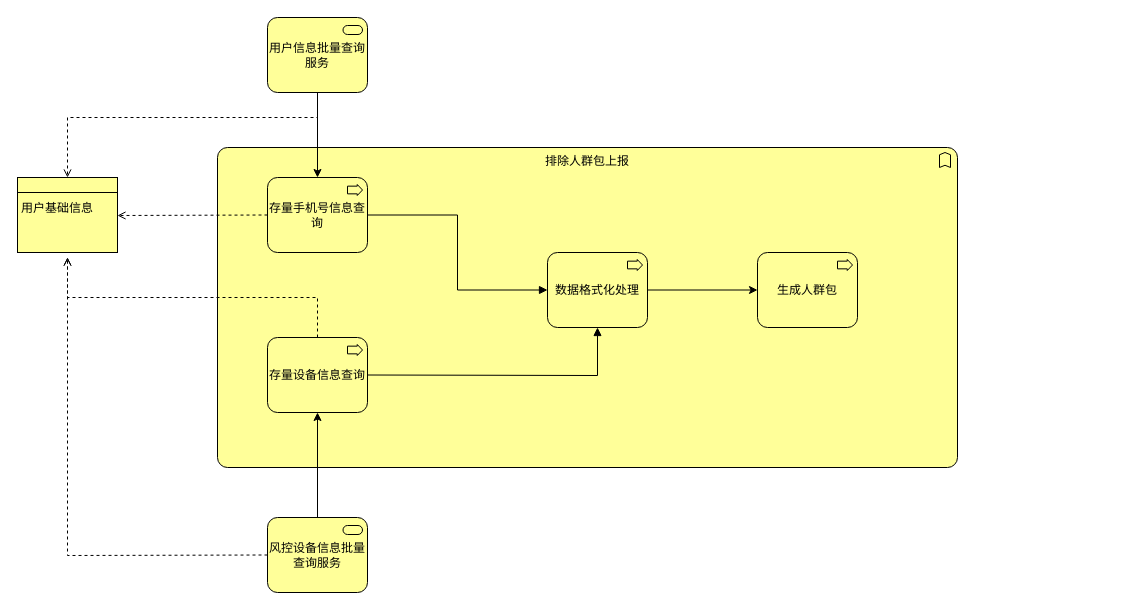
yuanlj-tea/picgo keeps this draw.io diagram as 广告投放-业务建模.drawio. Above is the earlier version. Source tidied: cells renumbered, new cells numbered last; positions are measured from the earlier drawing's top-left corner, leaving out a move shared by most shapes. Both pictures are drawn from the tidied source at 100%, with x=0, y=0 at pixel (17, 17).
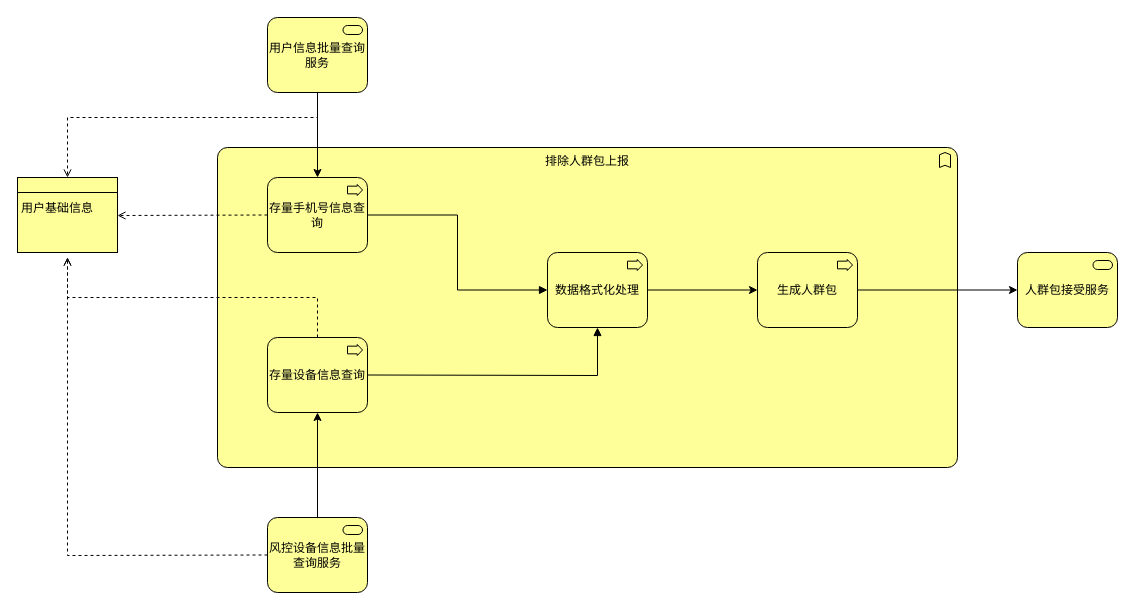
The same page after the edit.

Commit message (it also covers changes not shown here):
更新广告投放-业务建模.drawio

The change refers to these unchanged cells:
```xml
<mxCell id="17" value="生成人群包" style="html=1;outlineConnect=0;whiteSpace=wrap;fillColor=#ffff99;shape=mxgraph.archimate.business;busType=process;" parent="1" vertex="1">
  <mxGeometry x="740" y="235" width="100" height="75" as="geometry" />
</mxCell>
```

Change to the diagram source:
```diff
@@
+    <mxCell id="19" style="edgeStyle=orthogonalEdgeStyle;rounded=0;jettySize=auto;html=1;entryX=0;entryY=0.5;entryDx=0;entryDy=0;entryPerimeter=0;" parent="1" edge="1" source="17" target="20">
+      <mxGeometry relative="1" as="geometry" />
+    </mxCell>
@@
+    <mxCell id="20" value="人群包接受服务" style="html=1;outlineConnect=0;whiteSpace=wrap;fillColor=#ffff99;shape=mxgraph.archimate.business;busType=service;" parent="1" vertex="1">
+      <mxGeometry x="1000" y="235" width="100" height="75" as="geometry" />
+    </mxCell>
```
